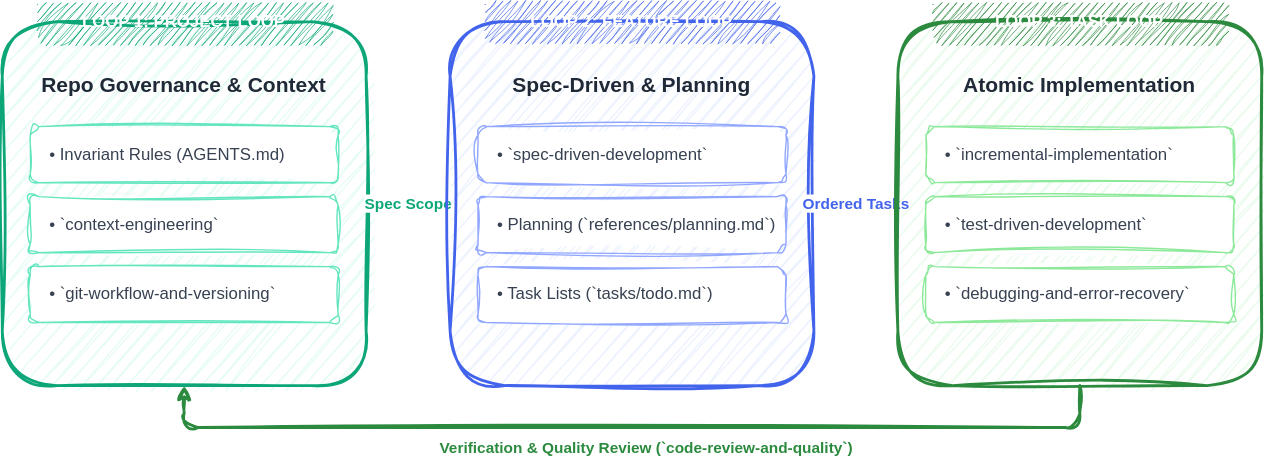
The draw.io diagram public/diagrams/three-loop-harness.svg in samuelek25k/samuelj90.github.io, before a commit. Source tidied: cells renumbered, new cells last; positions are measured from the earlier drawing's top-left corner, leaving out a move shared by most shapes.
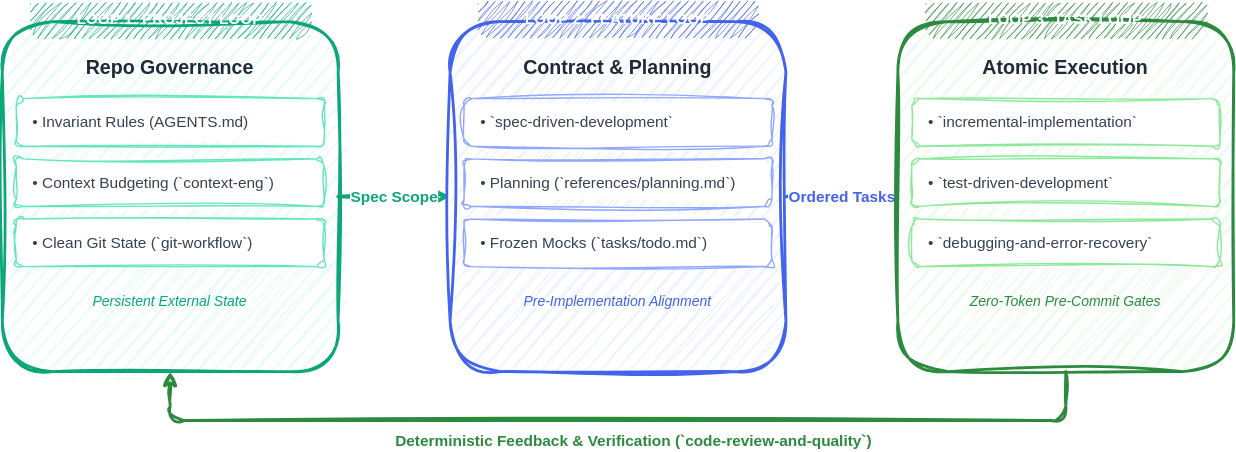
After the commit.

Commit message:
fix(diagrams): fix readability by standardizing aspect ratio, font sizes, and layout to 960x380 spec

Change to the diagram source:
```diff
@@ -3,70 +3,79 @@
     <mxCell id="0" />
     <mxCell id="1" parent="0" />
     <mxCell id="2" style="rounded=1;whiteSpace=wrap;html=1;sketch=1;curveFitting=1;jiggle=2;fillColor=#e6fcf5;strokeColor=#0ca678;strokeWidth=2;shadow=0;" parent="1" vertex="1">
-      <mxGeometry y="15" width="260" height="260" as="geometry" />
+      <mxGeometry y="15" width="240" height="250" as="geometry" />
     </mxCell>
-    <mxCell id="3" value="LOOP 1: PROJECT LOOP" style="rounded=1;whiteSpace=wrap;html=1;sketch=1;curveFitting=1;jiggle=2;fillColor=#0ca678;strokeColor=none;fontColor=#ffffff;fontStyle=1;fontSize=12;fontFamily=Helvetica;" parent="1" vertex="1">
-      <mxGeometry x="25" width="210" height="30" as="geometry" />
+    <mxCell id="3" value="LOOP 1: PROJECT LOOP" style="rounded=1;whiteSpace=wrap;html=1;sketch=1;curveFitting=1;jiggle=2;fillColor=#0ca678;strokeColor=none;fontColor=#ffffff;fontStyle=1;fontSize=11;fontFamily=Helvetica;" parent="1" vertex="1">
+      <mxGeometry x="20" width="200" height="26" as="geometry" />
     </mxCell>
-    <mxCell id="4" value="&lt;b&gt;Repo Governance &amp; Context&lt;/b&gt;" style="text;html=1;strokeColor=none;fillColor=none;align=center;verticalAlign=middle;whiteSpace=wrap;rounded=0;fontSize=15;fontFamily=Helvetica;fontColor=#1f2937;" parent="1" vertex="1">
-      <mxGeometry x="20" y="45" width="220" height="30" as="geometry" />
+    <mxCell id="4" value="&lt;b&gt;Repo Governance&lt;/b&gt;" style="text;html=1;strokeColor=none;fillColor=none;align=center;verticalAlign=middle;whiteSpace=wrap;rounded=0;fontSize=14;fontFamily=Helvetica;fontColor=#1f2937;" parent="1" vertex="1">
+      <mxGeometry x="10" y="35" width="220" height="25" as="geometry" />
     </mxCell>
-    <mxCell id="5" value="• Invariant Rules (AGENTS.md)" style="rounded=1;whiteSpace=wrap;html=1;sketch=1;curveFitting=1;jiggle=2;fillColor=#ffffff;strokeColor=#63e6be;fontSize=12;align=left;spacingLeft=12;fontFamily=Helvetica;fontColor=#374151;" parent="1" vertex="1">
-      <mxGeometry x="20" y="90" width="220" height="40" as="geometry" />
+    <mxCell id="5" value="• Invariant Rules (AGENTS.md)" style="rounded=1;whiteSpace=wrap;html=1;sketch=1;curveFitting=1;jiggle=2;fillColor=#ffffff;strokeColor=#63e6be;fontSize=11;align=left;spacingLeft=10;fontFamily=Helvetica;fontColor=#374151;" parent="1" vertex="1">
+      <mxGeometry x="10" y="70" width="220" height="34" as="geometry" />
     </mxCell>
-    <mxCell id="6" value="• `context-engineering`" style="rounded=1;whiteSpace=wrap;html=1;sketch=1;curveFitting=1;jiggle=2;fillColor=#ffffff;strokeColor=#63e6be;fontSize=12;align=left;spacingLeft=12;fontFamily=Helvetica;fontColor=#374151;" parent="1" vertex="1">
-      <mxGeometry x="20" y="140" width="220" height="40" as="geometry" />
+    <mxCell id="6" value="• Context Budgeting (`context-eng`)" style="rounded=1;whiteSpace=wrap;html=1;sketch=1;curveFitting=1;jiggle=2;fillColor=#ffffff;strokeColor=#63e6be;fontSize=11;align=left;spacingLeft=10;fontFamily=Helvetica;fontColor=#374151;" parent="1" vertex="1">
+      <mxGeometry x="10" y="113" width="220" height="34" as="geometry" />
     </mxCell>
-    <mxCell id="7" value="• `git-workflow-and-versioning`" style="rounded=1;whiteSpace=wrap;html=1;sketch=1;curveFitting=1;jiggle=2;fillColor=#ffffff;strokeColor=#63e6be;fontSize=12;align=left;spacingLeft=12;fontFamily=Helvetica;fontColor=#374151;" parent="1" vertex="1">
-      <mxGeometry x="20" y="190" width="220" height="40" as="geometry" />
+    <mxCell id="7" value="• Clean Git State (`git-workflow`)" style="rounded=1;whiteSpace=wrap;html=1;sketch=1;curveFitting=1;jiggle=2;fillColor=#ffffff;strokeColor=#63e6be;fontSize=11;align=left;spacingLeft=10;fontFamily=Helvetica;fontColor=#374151;" parent="1" vertex="1">
+      <mxGeometry x="10" y="156" width="220" height="34" as="geometry" />
     </mxCell>
+    <mxCell id="23" value="Persistent External State" style="text;html=1;strokeColor=none;fillColor=none;align=center;verticalAlign=middle;whiteSpace=wrap;rounded=0;fontSize=10;fontColor=#0ca678;fontStyle=2;fontFamily=Helvetica;" parent="1" vertex="1">
+      <mxGeometry x="10" y="205" width="220" height="20" as="geometry" />
+    </mxCell>
     <mxCell id="8" value="&lt;b&gt;Spec Scope&lt;/b&gt;" style="edgeStyle=orthogonalEdgeStyle;rounded=1;jettySize=auto;html=1;strokeColor=#0ca678;strokeWidth=2.5;sketch=1;curveFitting=1;jiggle=2;fontColor=#0ca678;fontSize=11;fontFamily=Helvetica;" parent="1" edge="1" source="2" target="9">
       <mxGeometry relative="1" as="geometry" />
     </mxCell>
     <mxCell id="9" style="rounded=1;whiteSpace=wrap;html=1;sketch=1;curveFitting=1;jiggle=2;fillColor=#edf2ff;strokeColor=#4263eb;strokeWidth=2;shadow=0;" parent="1" vertex="1">
-      <mxGeometry x="320" y="15" width="260" height="260" as="geometry" />
+      <mxGeometry x="320" y="15" width="240" height="250" as="geometry" />
     </mxCell>
-    <mxCell id="10" value="LOOP 2: FEATURE LOOP" style="rounded=1;whiteSpace=wrap;html=1;sketch=1;curveFitting=1;jiggle=2;fillColor=#4263eb;strokeColor=none;fontColor=#ffffff;fontStyle=1;fontSize=12;fontFamily=Helvetica;" parent="1" vertex="1">
-      <mxGeometry x="345" width="210" height="30" as="geometry" />
+    <mxCell id="10" value="LOOP 2: FEATURE LOOP" style="rounded=1;whiteSpace=wrap;html=1;sketch=1;curveFitting=1;jiggle=2;fillColor=#4263eb;strokeColor=none;fontColor=#ffffff;fontStyle=1;fontSize=11;fontFamily=Helvetica;" parent="1" vertex="1">
+      <mxGeometry x="340" width="200" height="26" as="geometry" />
     </mxCell>
-    <mxCell id="11" value="&lt;b&gt;Spec-Driven &amp; Planning&lt;/b&gt;" style="text;html=1;strokeColor=none;fillColor=none;align=center;verticalAlign=middle;whiteSpace=wrap;rounded=0;fontSize=15;fontFamily=Helvetica;fontColor=#1f2937;" parent="1" vertex="1">
-      <mxGeometry x="340" y="45" width="220" height="30" as="geometry" />
+    <mxCell id="11" value="&lt;b&gt;Contract &amp; Planning&lt;/b&gt;" style="text;html=1;strokeColor=none;fillColor=none;align=center;verticalAlign=middle;whiteSpace=wrap;rounded=0;fontSize=14;fontFamily=Helvetica;fontColor=#1f2937;" parent="1" vertex="1">
+      <mxGeometry x="330" y="35" width="220" height="25" as="geometry" />
     </mxCell>
-    <mxCell id="12" value="• `spec-driven-development`" style="rounded=1;whiteSpace=wrap;html=1;sketch=1;curveFitting=1;jiggle=2;fillColor=#ffffff;strokeColor=#91a7ff;fontSize=12;align=left;spacingLeft=12;fontFamily=Helvetica;fontColor=#374151;" parent="1" vertex="1">
-      <mxGeometry x="340" y="90" width="220" height="40" as="geometry" />
+    <mxCell id="12" value="• `spec-driven-development`" style="rounded=1;whiteSpace=wrap;html=1;sketch=1;curveFitting=1;jiggle=2;fillColor=#ffffff;strokeColor=#91a7ff;fontSize=11;align=left;spacingLeft=10;fontFamily=Helvetica;fontColor=#374151;" parent="1" vertex="1">
+      <mxGeometry x="330" y="70" width="220" height="34" as="geometry" />
     </mxCell>
-    <mxCell id="13" value="• Planning (`references/planning.md`)" style="rounded=1;whiteSpace=wrap;html=1;sketch=1;curveFitting=1;jiggle=2;fillColor=#ffffff;strokeColor=#91a7ff;fontSize=12;align=left;spacingLeft=12;fontFamily=Helvetica;fontColor=#374151;" parent="1" vertex="1">
-      <mxGeometry x="340" y="140" width="220" height="40" as="geometry" />
+    <mxCell id="13" value="• Planning (`references/planning.md`)" style="rounded=1;whiteSpace=wrap;html=1;sketch=1;curveFitting=1;jiggle=2;fillColor=#ffffff;strokeColor=#91a7ff;fontSize=11;align=left;spacingLeft=10;fontFamily=Helvetica;fontColor=#374151;" parent="1" vertex="1">
+      <mxGeometry x="330" y="113" width="220" height="34" as="geometry" />
     </mxCell>
-    <mxCell id="14" value="• Task Lists (`tasks/todo.md`)" style="rounded=1;whiteSpace=wrap;html=1;sketch=1;curveFitting=1;jiggle=2;fillColor=#ffffff;strokeColor=#91a7ff;fontSize=12;align=left;spacingLeft=12;fontFamily=Helvetica;fontColor=#374151;" parent="1" vertex="1">
-      <mxGeometry x="340" y="190" width="220" height="40" as="geometry" />
+    <mxCell id="14" value="• Frozen Mocks (`tasks/todo.md`)" style="rounded=1;whiteSpace=wrap;html=1;sketch=1;curveFitting=1;jiggle=2;fillColor=#ffffff;strokeColor=#91a7ff;fontSize=11;align=left;spacingLeft=10;fontFamily=Helvetica;fontColor=#374151;" parent="1" vertex="1">
+      <mxGeometry x="330" y="156" width="220" height="34" as="geometry" />
     </mxCell>
+    <mxCell id="24" value="Pre-Implementation Alignment" style="text;html=1;strokeColor=none;fillColor=none;align=center;verticalAlign=middle;whiteSpace=wrap;rounded=0;fontSize=10;fontColor=#4263eb;fontStyle=2;fontFamily=Helvetica;" parent="1" vertex="1">
+      <mxGeometry x="330" y="205" width="220" height="20" as="geometry" />
+    </mxCell>
     <mxCell id="15" value="&lt;b&gt;Ordered Tasks&lt;/b&gt;" style="edgeStyle=orthogonalEdgeStyle;rounded=1;jettySize=auto;html=1;strokeColor=#4263eb;strokeWidth=2.5;sketch=1;curveFitting=1;jiggle=2;fontColor=#4263eb;fontSize=11;fontFamily=Helvetica;" parent="1" edge="1" source="9" target="16">
       <mxGeometry relative="1" as="geometry" />
     </mxCell>
     <mxCell id="16" style="rounded=1;whiteSpace=wrap;html=1;sketch=1;curveFitting=1;jiggle=2;fillColor=#ebfbee;strokeColor=#2b8a3e;strokeWidth=2;shadow=0;" parent="1" vertex="1">
-      <mxGeometry x="640" y="15" width="260" height="260" as="geometry" />
+      <mxGeometry x="640" y="15" width="240" height="250" as="geometry" />
     </mxCell>
-    <mxCell id="17" value="LOOP 3: TASK LOOP" style="rounded=1;whiteSpace=wrap;html=1;sketch=1;curveFitting=1;jiggle=2;fillColor=#2b8a3e;strokeColor=none;fontColor=#ffffff;fontStyle=1;fontSize=12;fontFamily=Helvetica;" parent="1" vertex="1">
-      <mxGeometry x="665" width="210" height="30" as="geometry" />
+    <mxCell id="17" value="LOOP 3: TASK LOOP" style="rounded=1;whiteSpace=wrap;html=1;sketch=1;curveFitting=1;jiggle=2;fillColor=#2b8a3e;strokeColor=none;fontColor=#ffffff;fontStyle=1;fontSize=11;fontFamily=Helvetica;" parent="1" vertex="1">
+      <mxGeometry x="660" width="200" height="26" as="geometry" />
     </mxCell>
-    <mxCell id="18" value="&lt;b&gt;Atomic Implementation&lt;/b&gt;" style="text;html=1;strokeColor=none;fillColor=none;align=center;verticalAlign=middle;whiteSpace=wrap;rounded=0;fontSize=15;fontFamily=Helvetica;fontColor=#1f2937;" parent="1" vertex="1">
-      <mxGeometry x="660" y="45" width="220" height="30" as="geometry" />
+    <mxCell id="18" value="&lt;b&gt;Atomic Execution&lt;/b&gt;" style="text;html=1;strokeColor=none;fillColor=none;align=center;verticalAlign=middle;whiteSpace=wrap;rounded=0;fontSize=14;fontFamily=Helvetica;fontColor=#1f2937;" parent="1" vertex="1">
+      <mxGeometry x="650" y="35" width="220" height="25" as="geometry" />
     </mxCell>
-    <mxCell id="19" value="• `incremental-implementation`" style="rounded=1;whiteSpace=wrap;html=1;sketch=1;curveFitting=1;jiggle=2;fillColor=#ffffff;strokeColor=#8ce99a;fontSize=12;align=left;spacingLeft=12;fontFamily=Helvetica;fontColor=#374151;" parent="1" vertex="1">
-      <mxGeometry x="660" y="90" width="220" height="40" as="geometry" />
+    <mxCell id="19" value="• `incremental-implementation`" style="rounded=1;whiteSpace=wrap;html=1;sketch=1;curveFitting=1;jiggle=2;fillColor=#ffffff;strokeColor=#8ce99a;fontSize=11;align=left;spacingLeft=10;fontFamily=Helvetica;fontColor=#374151;" parent="1" vertex="1">
+      <mxGeometry x="650" y="70" width="220" height="34" as="geometry" />
     </mxCell>
-    <mxCell id="20" value="• `test-driven-development`" style="rounded=1;whiteSpace=wrap;html=1;sketch=1;curveFitting=1;jiggle=2;fillColor=#ffffff;strokeColor=#8ce99a;fontSize=12;align=left;spacingLeft=12;fontFamily=Helvetica;fontColor=#374151;" parent="1" vertex="1">
-      <mxGeometry x="660" y="140" width="220" height="40" as="geometry" />
+    <mxCell id="20" value="• `test-driven-development`" style="rounded=1;whiteSpace=wrap;html=1;sketch=1;curveFitting=1;jiggle=2;fillColor=#ffffff;strokeColor=#8ce99a;fontSize=11;align=left;spacingLeft=10;fontFamily=Helvetica;fontColor=#374151;" parent="1" vertex="1">
+      <mxGeometry x="650" y="113" width="220" height="34" as="geometry" />
     </mxCell>
-    <mxCell id="21" value="• `debugging-and-error-recovery`" style="rounded=1;whiteSpace=wrap;html=1;sketch=1;curveFitting=1;jiggle=2;fillColor=#ffffff;strokeColor=#8ce99a;fontSize=12;align=left;spacingLeft=12;fontFamily=Helvetica;fontColor=#374151;" parent="1" vertex="1">
-      <mxGeometry x="660" y="190" width="220" height="40" as="geometry" />
+    <mxCell id="21" value="• `debugging-and-error-recovery`" style="rounded=1;whiteSpace=wrap;html=1;sketch=1;curveFitting=1;jiggle=2;fillColor=#ffffff;strokeColor=#8ce99a;fontSize=11;align=left;spacingLeft=10;fontFamily=Helvetica;fontColor=#374151;" parent="1" vertex="1">
+      <mxGeometry x="650" y="156" width="220" height="34" as="geometry" />
     </mxCell>
+    <mxCell id="25" value="Zero-Token Pre-Commit Gates" style="text;html=1;strokeColor=none;fillColor=none;align=center;verticalAlign=middle;whiteSpace=wrap;rounded=0;fontSize=10;fontColor=#2b8a3e;fontStyle=2;fontFamily=Helvetica;" parent="1" vertex="1">
+      <mxGeometry x="650" y="205" width="220" height="20" as="geometry" />
+    </mxCell>
-    <mxCell id="22" value="&lt;b&gt;Verification &amp; Quality Review (`code-review-and-quality`)&lt;/b&gt;" style="edgeStyle=orthogonalEdgeStyle;rounded=1;jettySize=auto;html=1;entryX=0.5;entryY=1;entryDx=0;entryDy=0;exitX=0.5;exitY=1;exitDx=0;exitDy=0;strokeColor=#2b8a3e;strokeWidth=2;strokeDasharray=4 4;sketch=1;curveFitting=1;jiggle=2;fontColor=#2b8a3e;fontSize=11;fontFamily=Helvetica;" parent="1" edge="1" source="16" target="2">
+    <mxCell id="22" value="&lt;b&gt;Deterministic Feedback &amp; Verification (`code-review-and-quality`)&lt;/b&gt;" style="edgeStyle=orthogonalEdgeStyle;rounded=1;jettySize=auto;html=1;entryX=0.5;entryY=1;entryDx=0;entryDy=0;exitX=0.5;exitY=1;exitDx=0;exitDy=0;strokeColor=#2b8a3e;strokeWidth=2;strokeDasharray=4 4;sketch=1;curveFitting=1;jiggle=2;fontColor=#2b8a3e;fontSize=11;fontFamily=Helvetica;" parent="1" edge="1" source="16" target="2">
       <mxGeometry x="-0.03" y="15" relative="1" as="geometry">
         <Array as="points">
-          <mxPoint x="770" y="305" />
-          <mxPoint x="130" y="305" />
+          <mxPoint x="760" y="300" />
+          <mxPoint x="120" y="300" />
         </Array>
       </mxGeometry>
     </mxCell>
```
